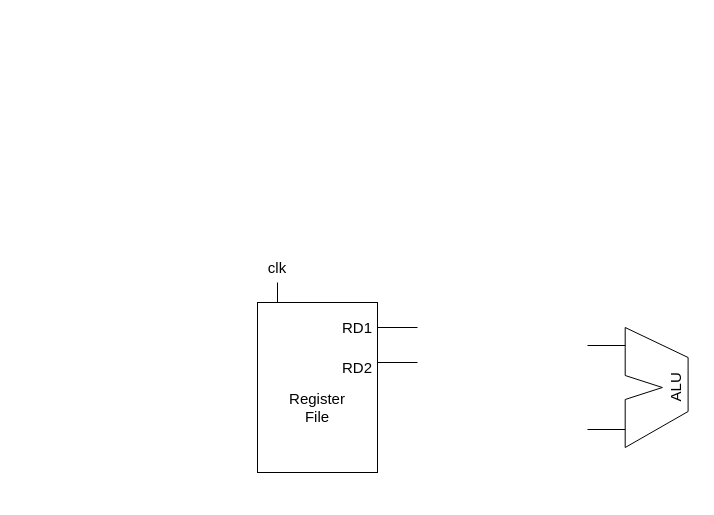
This is page "Page-1" (1 of 2) of Untitled Diagram.drawio from DavidZyy/drawio_repo, a draw.io file, before an edit. Source tidied: cells renumbered, new cells numbered last; positions are measured from the earlier drawing's top-left corner, leaving out a move shared by most shapes. Both pictures are drawn from the tidied source at 100%, with x=0, y=0 at pixel (247, 252).
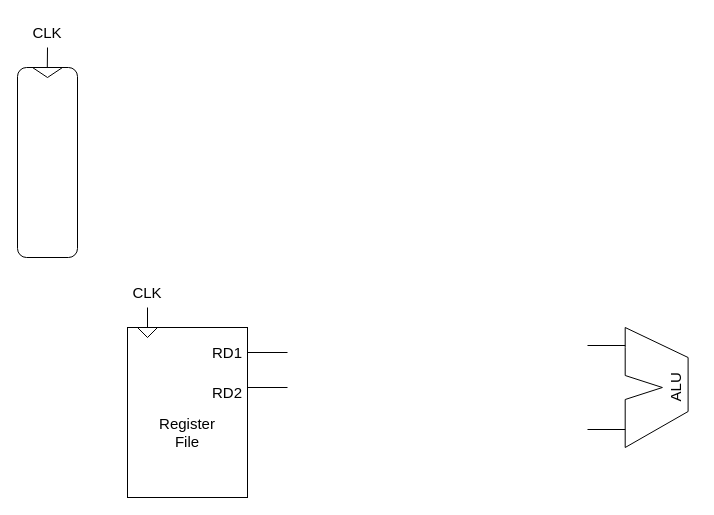
After the change.

What changed in the source:
```diff
@@
-    <mxCell id="2" style="rounded=0;whiteSpace=wrap;html=1;fontSize=15;" parent="1" vertex="1">
-      <mxGeometry x="10" y="50" width="120" height="170" as="geometry" />
-    </mxCell>
@@
+    <mxCell id="20" style="group;" parent="1" vertex="1">
+      <mxGeometry x="-130" y="25" width="170" height="220" as="geometry" />
+    </mxCell>
+    <mxCell id="2" style="rounded=0;whiteSpace=wrap;html=1;fontSize=15;" parent="20" vertex="1">
+      <mxGeometry x="10" y="50" width="120" height="170" as="geometry" />
+    </mxCell>
-    <mxCell id="13" style="endArrow=none;html=1;rounded=0;fontSize=15;" parent="1" edge="1">
+    <mxCell id="13" style="endArrow=none;html=1;rounded=0;fontSize=15;" parent="20" edge="1">
       <mxGeometry relative="1" as="geometry">
         <mxPoint x="30" y="30" as="sourcePoint" />
         <mxPoint x="30" y="50" as="targetPoint" />
       </mxGeometry>
     </mxCell>
-    <mxCell id="14" value="clk" style="text;strokeColor=none;align=center;fillColor=none;html=1;verticalAlign=middle;whiteSpace=wrap;rounded=0;fontSize=15;" parent="1" vertex="1">
+    <mxCell id="14" value="CLK" style="text;strokeColor=none;align=center;fillColor=none;html=1;verticalAlign=middle;whiteSpace=wrap;rounded=0;fontSize=15;" parent="20" vertex="1">
       <mxGeometry width="60" height="30" as="geometry" />
     </mxCell>
-    <mxCell id="15" value="Register&lt;br&gt;File" style="text;strokeColor=none;align=center;fillColor=none;html=1;verticalAlign=middle;whiteSpace=wrap;rounded=0;fontSize=15;" parent="1" vertex="1">
+    <mxCell id="15" value="Register&lt;br&gt;File" style="text;strokeColor=none;align=center;fillColor=none;html=1;verticalAlign=middle;whiteSpace=wrap;rounded=0;fontSize=15;" parent="20" vertex="1">
       <mxGeometry x="40" y="140" width="60" height="30" as="geometry" />
     </mxCell>
-    <mxCell id="16" style="edgeStyle=none;orthogonalLoop=1;jettySize=auto;html=1;rounded=0;fontSize=15;startArrow=none;startFill=0;endArrow=none;endFill=0;" parent="1" edge="1">
+    <mxCell id="16" style="edgeStyle=none;orthogonalLoop=1;jettySize=auto;html=1;rounded=0;fontSize=15;startArrow=none;startFill=0;endArrow=none;endFill=0;" parent="20" edge="1">
       <mxGeometry relative="1" as="geometry">
         <mxPoint x="130" y="75" as="sourcePoint" />
         <mxPoint x="170" y="75" as="targetPoint" />
       </mxGeometry>
     </mxCell>
-    <mxCell id="17" style="edgeStyle=none;orthogonalLoop=1;jettySize=auto;html=1;rounded=0;fontSize=15;startArrow=none;startFill=0;endArrow=none;endFill=0;" parent="1" edge="1">
+    <mxCell id="17" style="edgeStyle=none;orthogonalLoop=1;jettySize=auto;html=1;rounded=0;fontSize=15;startArrow=none;startFill=0;endArrow=none;endFill=0;" parent="20" edge="1">
       <mxGeometry relative="1" as="geometry">
         <mxPoint x="130" y="110" as="sourcePoint" />
         <mxPoint x="170" y="110" as="targetPoint" />
       </mxGeometry>
     </mxCell>
-    <mxCell id="18" value="RD1" style="text;strokeColor=none;align=center;fillColor=none;html=1;verticalAlign=middle;whiteSpace=wrap;rounded=0;fontSize=15;" parent="1" vertex="1">
+    <mxCell id="18" value="RD1" style="text;strokeColor=none;align=center;fillColor=none;html=1;verticalAlign=middle;whiteSpace=wrap;rounded=0;fontSize=15;" parent="20" vertex="1">
       <mxGeometry x="80" y="60" width="60" height="30" as="geometry" />
     </mxCell>
-    <mxCell id="19" value="RD2" style="text;strokeColor=none;align=center;fillColor=none;html=1;verticalAlign=middle;whiteSpace=wrap;rounded=0;fontSize=15;" parent="1" vertex="1">
+    <mxCell id="19" value="RD2" style="text;strokeColor=none;align=center;fillColor=none;html=1;verticalAlign=middle;whiteSpace=wrap;rounded=0;fontSize=15;" parent="20" vertex="1">
       <mxGeometry x="80" y="100" width="60" height="30" as="geometry" />
     </mxCell>
+    <mxCell id="21" style="edgeStyle=none;orthogonalLoop=1;jettySize=auto;html=1;rounded=0;fontSize=15;startArrow=none;startFill=0;endArrow=none;endFill=0;" parent="20" edge="1">
+      <mxGeometry relative="1" as="geometry">
+        <mxPoint x="20" y="50" as="sourcePoint" />
+        <mxPoint x="40" y="50" as="targetPoint" />
+        <Array as="points">
+          <mxPoint x="30" y="60" />
+        </Array>
+      </mxGeometry>
+    </mxCell>
+    <mxCell id="22" style="rounded=1;whiteSpace=wrap;html=1;fontSize=15;fillColor=default;" parent="1" vertex="1">
+      <mxGeometry x="-230" y="-185" width="60" height="190" as="geometry" />
+    </mxCell>
+    <mxCell id="23" style="edgeStyle=none;orthogonalLoop=1;jettySize=auto;html=1;rounded=0;fontSize=15;startArrow=none;startFill=0;endArrow=none;endFill=0;exitX=0.25;exitY=0;exitDx=0;exitDy=0;entryX=0.75;entryY=0;entryDx=0;entryDy=0;" parent="1" edge="1" source="22" target="22">
+      <mxGeometry relative="1" as="geometry">
+        <Array as="points">
+          <mxPoint x="-200" y="-175" />
+        </Array>
+      </mxGeometry>
+    </mxCell>
+    <mxCell id="24" style="edgeStyle=none;orthogonalLoop=1;jettySize=auto;html=1;rounded=0;fontSize=15;startArrow=none;startFill=0;endArrow=none;endFill=0;" parent="1" edge="1">
+      <mxGeometry relative="1" as="geometry">
+        <mxPoint x="-200" y="-205" as="sourcePoint" />
+        <mxPoint x="-200.2" y="-185" as="targetPoint" />
+      </mxGeometry>
+    </mxCell>
+    <mxCell id="25" value="CLK" style="text;strokeColor=none;align=center;fillColor=none;html=1;verticalAlign=middle;whiteSpace=wrap;rounded=0;fontSize=15;" parent="1" vertex="1">
+      <mxGeometry x="-230" y="-235" width="60" height="30" as="geometry" />
+    </mxCell>
```
